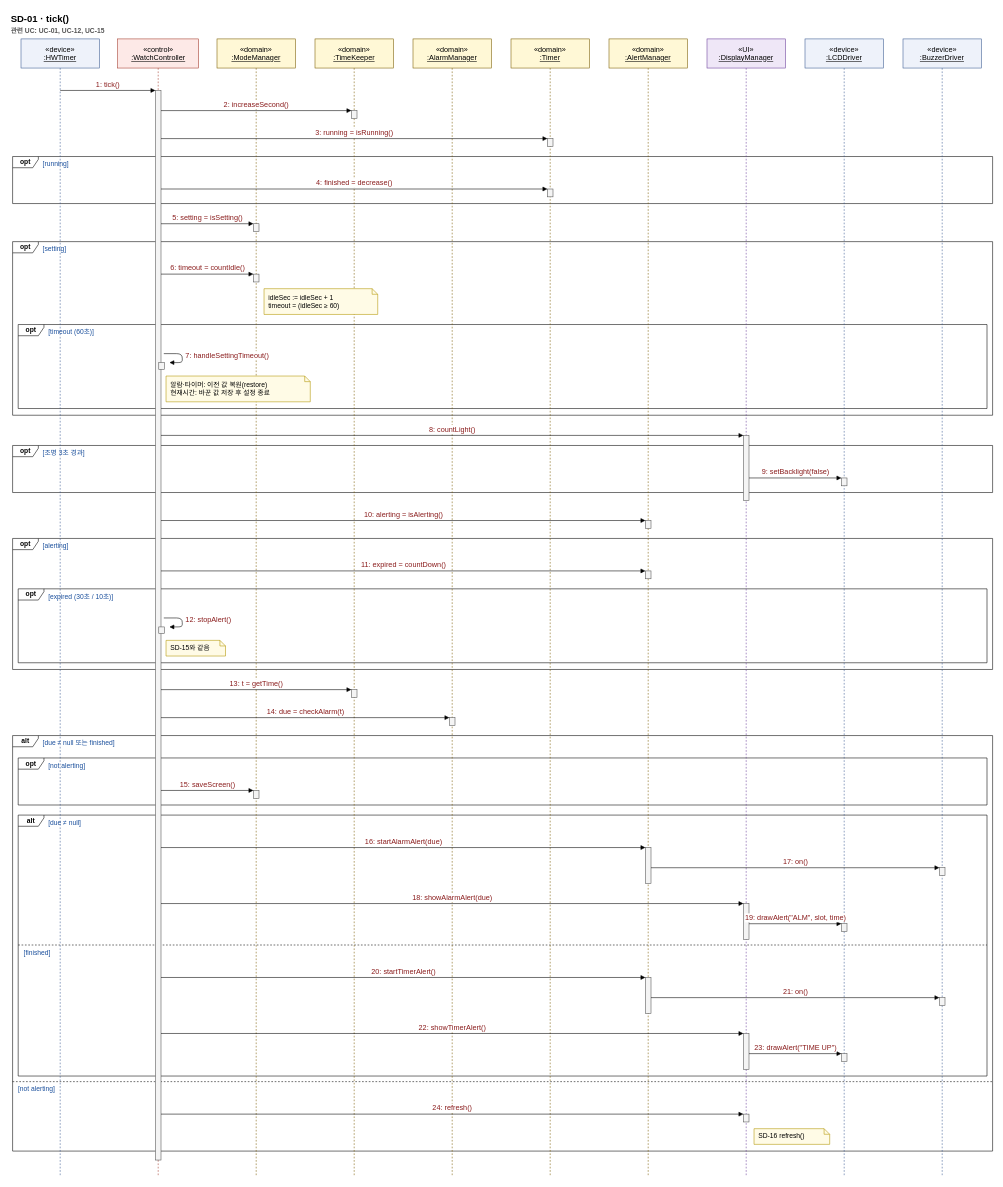
Earlier version of the draw.io diagram page "SD-01 tick()" (1 of 16) of docs/OOAD/practice/sd/DigitalWatch_SequenceDiagrams.drawio (sspring2048/AssoArch). Source tidied: cells renumbered, new cells numbered last; positions are measured from the earlier drawing's top-left corner, leaving out a move shared by most shapes. Both pictures are drawn from the tidied source at 56%, with x=0, y=0 at pixel (10, 10).
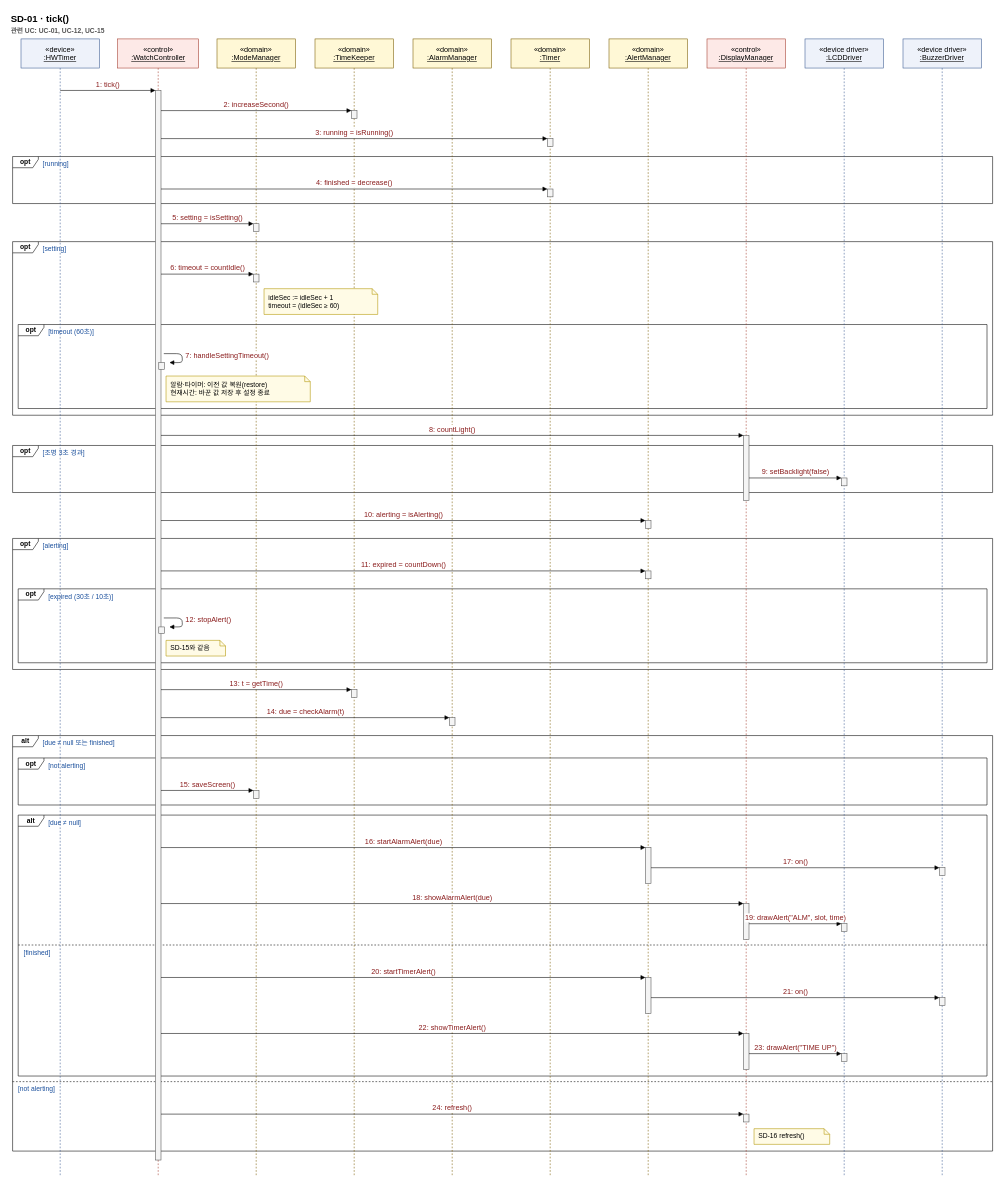
After the change.

Change to the diagram source:
```diff
@@
-    <mxCell id="32" value="«UI»&lt;br&gt;&lt;u&gt;:DisplayManager&lt;/u&gt;" style="shape=umlLifeline;perimeter=lifelinePerimeter;whiteSpace=wrap;html=1;size=52;fillColor=#efe7f7;strokeColor=#6a3d9a;fontSize=13;" parent="1" vertex="1">
+    <mxCell id="32" value="«control»&lt;br&gt;&lt;u&gt;:DisplayManager&lt;/u&gt;" style="shape=umlLifeline;perimeter=lifelinePerimeter;whiteSpace=wrap;html=1;size=52;fillColor=#fde9e7;strokeColor=#a33a2c;fontSize=13;" parent="1" vertex="1">
       <mxGeometry x="1245" y="52" width="140" height="2032" as="geometry" />
     </mxCell>
-    <mxCell id="33" value="«device»&lt;br&gt;&lt;u&gt;:LCDDriver&lt;/u&gt;" style="shape=umlLifeline;perimeter=lifelinePerimeter;whiteSpace=wrap;html=1;size=52;fillColor=#eef2fa;strokeColor=#3b5b92;fontSize=13;" parent="1" vertex="1">
+    <mxCell id="33" value="«device driver»&lt;br&gt;&lt;u&gt;:LCDDriver&lt;/u&gt;" style="shape=umlLifeline;perimeter=lifelinePerimeter;whiteSpace=wrap;html=1;size=52;fillColor=#eef2fa;strokeColor=#3b5b92;fontSize=13;" parent="1" vertex="1">
       <mxGeometry x="1420" y="52" width="140" height="2032" as="geometry" />
     </mxCell>
-    <mxCell id="34" value="«device»&lt;br&gt;&lt;u&gt;:BuzzerDriver&lt;/u&gt;" style="shape=umlLifeline;perimeter=lifelinePerimeter;whiteSpace=wrap;html=1;size=52;fillColor=#eef2fa;strokeColor=#3b5b92;fontSize=13;" parent="1" vertex="1">
+    <mxCell id="34" value="«device driver»&lt;br&gt;&lt;u&gt;:BuzzerDriver&lt;/u&gt;" style="shape=umlLifeline;perimeter=lifelinePerimeter;whiteSpace=wrap;html=1;size=52;fillColor=#eef2fa;strokeColor=#3b5b92;fontSize=13;" parent="1" vertex="1">
       <mxGeometry x="1595" y="52" width="140" height="2032" as="geometry" />
     </mxCell>
```
